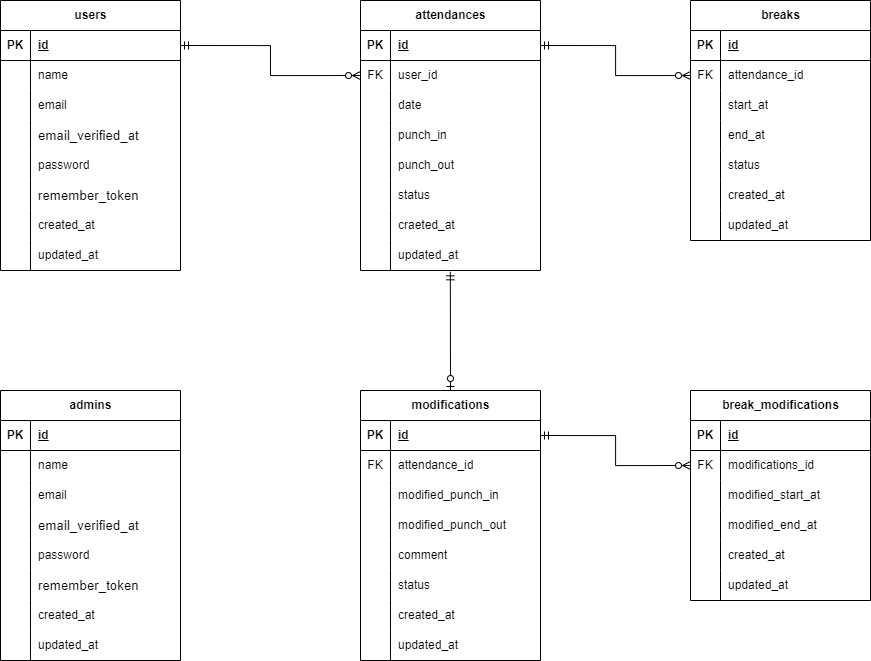
Before: src/ER-diagram.drawio.png, a diagram exported from draw.io (Roba-97/ObanaRyota-mockcase2-attendance-app). Source tidied: cells renumbered, new cells last; positions are measured from the earlier drawing's top-left corner, leaving out a move shared by most shapes.
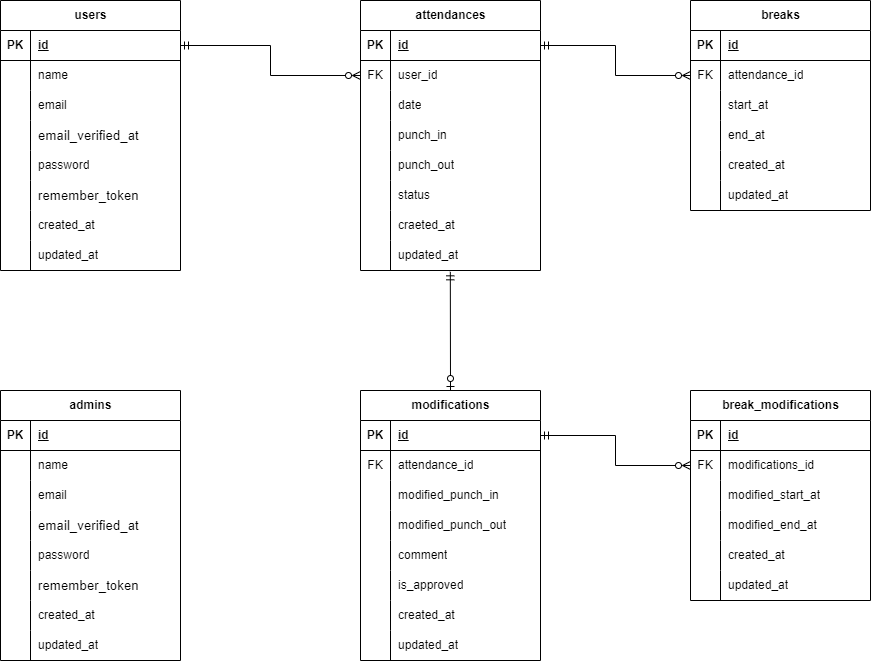
Later version of the same file.

The edit, as a diff of the source:
```diff
@@ -228,7 +228,7 @@
       <mxGeometry x="30" width="150" height="30" as="geometry" />
     </mxCell>
     <mxCell id="77" value="breaks" style="shape=table;startSize=30;rowLines=0;fontStyle=1;align=center;html=1;" parent="1" vertex="1">
-      <mxGeometry x="690" width="180" height="240" as="geometry" />
+      <mxGeometry x="690" width="180" height="210" as="geometry" />
     </mxCell>
     <mxCell id="78" style="shape=tableRow;horizontal=0;startSize=0;swimlaneHead=0;swimlaneBody=0;fillColor=none;top=0;left=0;right=0;bottom=1;" parent="77" vertex="1">
       <mxGeometry y="30" width="180" height="30" as="geometry" />
@@ -266,17 +266,8 @@
     <mxCell id="89" value="end_at" style="shape=partialRectangle;fillColor=none;top=0;left=0;bottom=0;right=0;align=left;spacingLeft=6;overflow=hidden;whiteSpace=wrap;html=1;" parent="87" vertex="1">
       <mxGeometry x="30" width="150" height="30" as="geometry" />
     </mxCell>
-    <mxCell id="90" style="shape=tableRow;horizontal=0;startSize=0;swimlaneHead=0;swimlaneBody=0;fillColor=none;top=0;left=0;right=0;bottom=0;" parent="77" vertex="1">
-      <mxGeometry y="150" width="180" height="30" as="geometry" />
-    </mxCell>
-    <mxCell id="91" style="shape=partialRectangle;fillColor=none;top=0;left=0;bottom=0;right=0;overflow=hidden;whiteSpace=wrap;html=1;" parent="90" vertex="1">
-      <mxGeometry width="30" height="30" as="geometry" />
-    </mxCell>
-    <mxCell id="92" value="status" style="shape=partialRectangle;fillColor=none;top=0;left=0;bottom=0;right=0;align=left;spacingLeft=6;overflow=hidden;whiteSpace=wrap;html=1;" parent="90" vertex="1">
-      <mxGeometry x="30" width="150" height="30" as="geometry" />
-    </mxCell>
     <mxCell id="93" style="shape=tableRow;horizontal=0;startSize=0;swimlaneHead=0;swimlaneBody=0;fillColor=none;top=0;left=0;right=0;bottom=0;" parent="77" vertex="1">
-      <mxGeometry y="180" width="180" height="30" as="geometry" />
+      <mxGeometry y="150" width="180" height="30" as="geometry" />
     </mxCell>
     <mxCell id="94" style="shape=partialRectangle;fillColor=none;top=0;left=0;bottom=0;right=0;overflow=hidden;whiteSpace=wrap;html=1;" parent="93" vertex="1">
       <mxGeometry width="30" height="30" as="geometry" />
@@ -285,7 +276,7 @@
       <mxGeometry x="30" width="150" height="30" as="geometry" />
     </mxCell>
     <mxCell id="96" style="shape=tableRow;horizontal=0;startSize=0;swimlaneHead=0;swimlaneBody=0;fillColor=none;top=0;left=0;right=0;bottom=0;" parent="77" vertex="1">
-      <mxGeometry y="210" width="180" height="30" as="geometry" />
+      <mxGeometry y="180" width="180" height="30" as="geometry" />
     </mxCell>
     <mxCell id="97" style="shape=partialRectangle;fillColor=none;top=0;left=0;bottom=0;right=0;overflow=hidden;whiteSpace=wrap;html=1;" parent="96" vertex="1">
       <mxGeometry width="30" height="30" as="geometry" />
@@ -347,7 +338,7 @@
     <mxCell id="116" style="shape=partialRectangle;fillColor=none;top=0;left=0;bottom=0;right=0;overflow=hidden;whiteSpace=wrap;html=1;" parent="115" vertex="1">
       <mxGeometry width="30" height="30" as="geometry" />
     </mxCell>
-    <mxCell id="117" value="status" style="shape=partialRectangle;fillColor=none;top=0;left=0;bottom=0;right=0;align=left;spacingLeft=6;overflow=hidden;whiteSpace=wrap;html=1;" parent="115" vertex="1">
+    <mxCell id="117" value="is_approved" style="shape=partialRectangle;fillColor=none;top=0;left=0;bottom=0;right=0;align=left;spacingLeft=6;overflow=hidden;whiteSpace=wrap;html=1;" parent="115" vertex="1">
       <mxGeometry x="30" width="150" height="30" as="geometry" />
     </mxCell>
     <mxCell id="118" style="shape=tableRow;horizontal=0;startSize=0;swimlaneHead=0;swimlaneBody=0;fillColor=none;top=0;left=0;right=0;bottom=0;" parent="99" vertex="1">
```
